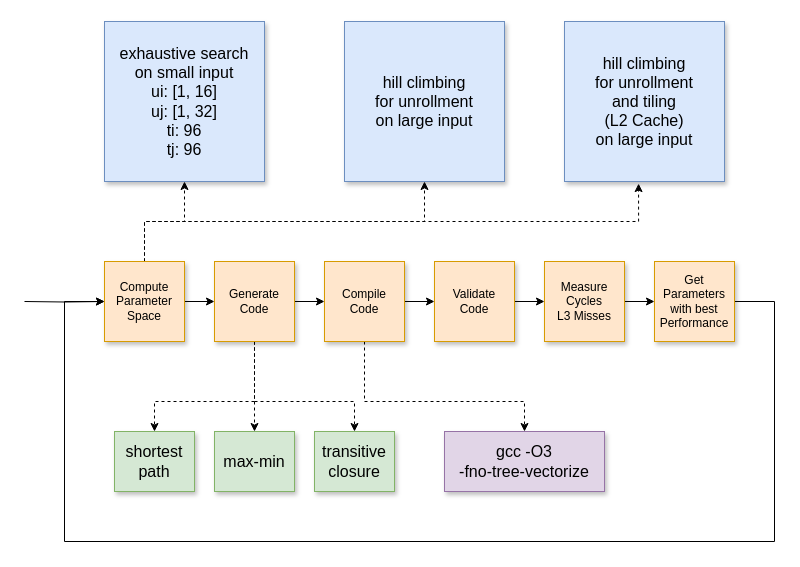
Earlier version of the draw.io diagram assets/autotuning.drawio (fbuetler/optimizing-floyd-warshall). Source tidied: cells renumbered, new cells numbered last; positions are measured from the earlier drawing's top-left corner, leaving out a move shared by most shapes. Both pictures are drawn from the tidied source at 100%, with x=0, y=0 at pixel (24, 21).
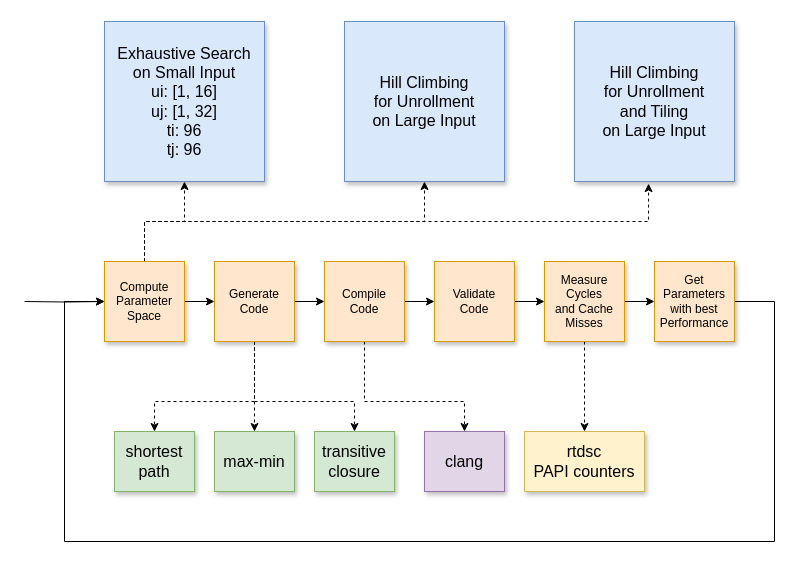
After the change.

The change refers to these unchanged cells:
```xml
<mxCell id="15" value="&lt;div&gt;Compile&lt;/div&gt;&lt;div&gt;Code&lt;/div&gt;" style="whiteSpace=wrap;html=1;shadow=1;fillColor=#ffe6cc;strokeColor=#d79b00;" parent="1" vertex="1">
  <mxGeometry x="300" y="240" width="80" height="80" as="geometry" />
</mxCell>
```

The edit, as a diff of the source:
```diff
@@
     <mxCell id="14" style="edgeStyle=orthogonalEdgeStyle;rounded=0;jettySize=auto;html=1;exitX=0.5;exitY=1;exitDx=0;exitDy=0;entryX=0.5;entryY=0;entryDx=0;entryDy=0;dashed=1;fontSize=16;" parent="1" edge="1" source="15" target="29">
       <mxGeometry relative="1" as="geometry">
         <Array as="points">
           <mxPoint x="340" y="380" />
-          <mxPoint x="500" y="380" />
+          <mxPoint x="440" y="380" />
         </Array>
       </mxGeometry>
     </mxCell>
@@
+    <mxCell id="30" style="edgeStyle=orthogonalEdgeStyle;rounded=0;jettySize=auto;html=1;exitX=0.5;exitY=1;exitDx=0;exitDy=0;entryX=0.5;entryY=0;entryDx=0;entryDy=0;dashed=1;" parent="1" edge="1" source="19" target="31">
+      <mxGeometry relative="1" as="geometry" />
+    </mxCell>
-    <mxCell id="19" value="&lt;div&gt;Measure &lt;br&gt;&lt;/div&gt;&lt;div&gt;Cycles&lt;br&gt;&lt;/div&gt;&lt;div&gt;L3 Misses&lt;br&gt;&lt;/div&gt;" style="whiteSpace=wrap;html=1;shadow=1;fillColor=#ffe6cc;strokeColor=#d79b00;" parent="1" vertex="1">
+    <mxCell id="19" value="&lt;div&gt;Measure &lt;br&gt;&lt;/div&gt;&lt;div&gt;Cycles&lt;br&gt;&lt;/div&gt;&lt;div&gt;and Cache Misses&lt;br&gt;&lt;/div&gt;" style="whiteSpace=wrap;html=1;shadow=1;fillColor=#ffe6cc;strokeColor=#d79b00;" parent="1" vertex="1">
       <mxGeometry x="520" y="240" width="80" height="80" as="geometry" />
     </mxCell>
@@
-    <mxCell id="22" value="&lt;div style=&quot;font-size: 16px;&quot;&gt;&lt;font style=&quot;font-size: 16px;&quot;&gt;exhaustive search&lt;/font&gt;&lt;/div&gt;&lt;div style=&quot;font-size: 16px;&quot;&gt;&lt;font style=&quot;font-size: 16px;&quot;&gt;on small input&lt;br&gt;&lt;/font&gt;&lt;/div&gt;&lt;div style=&quot;font-size: 16px;&quot;&gt;&lt;font style=&quot;font-size: 16px;&quot;&gt;ui: [1, 16]&lt;/font&gt;&lt;/div&gt;&lt;div style=&quot;font-size: 16px;&quot;&gt;&lt;font style=&quot;font-size: 16px;&quot;&gt;uj: [1, 32]&lt;/font&gt;&lt;/div&gt;&lt;div style=&quot;font-size: 16px;&quot;&gt;&lt;font style=&quot;font-size: 16px;&quot;&gt;ti: 96&lt;br&gt;&lt;/font&gt;&lt;/div&gt;&lt;div style=&quot;font-size: 16px;&quot;&gt;&lt;font style=&quot;font-size: 16px;&quot;&gt;tj: 96&lt;br&gt;&lt;/font&gt;&lt;/div&gt;" style="rounded=0;whiteSpace=wrap;html=1;shadow=1;fillColor=#dae8fc;strokeColor=#6c8ebf;" parent="1" vertex="1">
+    <mxCell id="22" value="&lt;div style=&quot;font-size: 16px;&quot;&gt;&lt;font style=&quot;font-size: 16px;&quot;&gt;Exhaustive Search&lt;/font&gt;&lt;/div&gt;&lt;div style=&quot;font-size: 16px;&quot;&gt;&lt;font style=&quot;font-size: 16px;&quot;&gt;on Small Input&lt;br&gt;&lt;/font&gt;&lt;/div&gt;&lt;div style=&quot;font-size: 16px;&quot;&gt;&lt;font style=&quot;font-size: 16px;&quot;&gt;ui: [1, 16]&lt;/font&gt;&lt;/div&gt;&lt;div style=&quot;font-size: 16px;&quot;&gt;&lt;font style=&quot;font-size: 16px;&quot;&gt;uj: [1, 32]&lt;/font&gt;&lt;/div&gt;&lt;div style=&quot;font-size: 16px;&quot;&gt;&lt;font style=&quot;font-size: 16px;&quot;&gt;ti: 96&lt;br&gt;&lt;/font&gt;&lt;/div&gt;&lt;div style=&quot;font-size: 16px;&quot;&gt;&lt;font style=&quot;font-size: 16px;&quot;&gt;tj: 96&lt;br&gt;&lt;/font&gt;&lt;/div&gt;" style="rounded=0;whiteSpace=wrap;html=1;shadow=1;fillColor=#dae8fc;strokeColor=#6c8ebf;" parent="1" vertex="1">
       <mxGeometry x="80" width="160" height="160" as="geometry" />
     </mxCell>
-    <mxCell id="23" value="&lt;div style=&quot;font-size: 16px;&quot;&gt;&lt;font style=&quot;font-size: 16px;&quot;&gt;hill climbing&lt;/font&gt;&lt;/div&gt;&lt;div style=&quot;font-size: 16px;&quot;&gt;&lt;font style=&quot;font-size: 16px;&quot;&gt;for unrollment&lt;br&gt;&lt;/font&gt;&lt;/div&gt;&lt;div style=&quot;font-size: 16px;&quot;&gt;&lt;font style=&quot;font-size: 16px;&quot;&gt;on large input&lt;/font&gt;&lt;/div&gt;" style="rounded=0;whiteSpace=wrap;html=1;shadow=1;fillColor=#dae8fc;strokeColor=#6c8ebf;" parent="1" vertex="1">
+    <mxCell id="23" value="&lt;div style=&quot;font-size: 16px;&quot;&gt;&lt;font style=&quot;font-size: 16px;&quot;&gt;Hill Climbing&lt;/font&gt;&lt;/div&gt;&lt;div style=&quot;font-size: 16px;&quot;&gt;&lt;font style=&quot;font-size: 16px;&quot;&gt;for Unrollment&lt;br&gt;&lt;/font&gt;&lt;/div&gt;&lt;div style=&quot;font-size: 16px;&quot;&gt;&lt;font style=&quot;font-size: 16px;&quot;&gt;on Large Input&lt;/font&gt;&lt;/div&gt;" style="rounded=0;whiteSpace=wrap;html=1;shadow=1;fillColor=#dae8fc;strokeColor=#6c8ebf;" parent="1" vertex="1">
       <mxGeometry x="320" width="160" height="160" as="geometry" />
     </mxCell>
-    <mxCell id="24" value="&lt;div style=&quot;font-size: 16px;&quot;&gt;&lt;font style=&quot;font-size: 16px;&quot;&gt;hill climbing&lt;/font&gt;&lt;/div&gt;&lt;div style=&quot;font-size: 16px;&quot;&gt;&lt;font style=&quot;font-size: 16px;&quot;&gt;for unrollment&lt;/font&gt;&lt;/div&gt;&lt;div style=&quot;font-size: 16px;&quot;&gt;&lt;font style=&quot;font-size: 16px;&quot;&gt;and tiling &lt;br&gt;&lt;/font&gt;&lt;/div&gt;&lt;div style=&quot;font-size: 16px;&quot;&gt;&lt;font style=&quot;font-size: 16px;&quot;&gt;(L2 Cache)&lt;br&gt;&lt;/font&gt;&lt;/div&gt;&lt;div style=&quot;font-size: 16px;&quot;&gt;&lt;font style=&quot;font-size: 16px;&quot;&gt;on large input&lt;/font&gt;&lt;/div&gt;" style="rounded=0;whiteSpace=wrap;html=1;shadow=1;fillColor=#dae8fc;strokeColor=#6c8ebf;" parent="1" vertex="1">
-      <mxGeometry x="540" width="160" height="160" as="geometry" />
+    <mxCell id="24" value="&lt;div style=&quot;font-size: 16px;&quot;&gt;&lt;font style=&quot;font-size: 16px;&quot;&gt;Hill Climbing&lt;/font&gt;&lt;/div&gt;&lt;div style=&quot;font-size: 16px;&quot;&gt;&lt;font style=&quot;font-size: 16px;&quot;&gt;for Unrollment&lt;/font&gt;&lt;/div&gt;&lt;div style=&quot;font-size: 16px;&quot;&gt;&lt;font style=&quot;font-size: 16px;&quot;&gt;and Tiling &lt;br&gt;&lt;/font&gt;&lt;/div&gt;&lt;div style=&quot;font-size: 16px;&quot;&gt;&lt;font style=&quot;font-size: 16px;&quot;&gt;on Large Input&lt;/font&gt;&lt;/div&gt;" style="rounded=0;whiteSpace=wrap;html=1;shadow=1;fillColor=#dae8fc;strokeColor=#6c8ebf;" parent="1" vertex="1">
+      <mxGeometry x="550" width="160" height="160" as="geometry" />
     </mxCell>
@@
-    <mxCell id="29" value="&lt;div&gt;gcc -O3&lt;/div&gt;&lt;div&gt;-fno-tree-vectorize&lt;br&gt;&lt;/div&gt;" style="rounded=0;whiteSpace=wrap;html=1;shadow=1;fontSize=16;fillColor=#e1d5e7;strokeColor=#9673a6;" parent="1" vertex="1">
-      <mxGeometry x="420" y="410" width="160" height="60" as="geometry" />
+    <mxCell id="29" value="&lt;div&gt;clang&lt;/div&gt;" style="rounded=0;whiteSpace=wrap;html=1;shadow=1;fontSize=16;fillColor=#e1d5e7;strokeColor=#9673a6;" parent="1" vertex="1">
+      <mxGeometry x="400" y="410" width="80" height="60" as="geometry" />
     </mxCell>
+    <mxCell id="31" value="&lt;div&gt;rtdsc&lt;/div&gt;&lt;div&gt;PAPI counters&lt;br&gt;&lt;/div&gt;" style="rounded=0;whiteSpace=wrap;html=1;shadow=1;fontSize=16;fillColor=#fff2cc;strokeColor=#d6b656;" parent="1" vertex="1">
+      <mxGeometry x="500" y="410" width="120" height="60" as="geometry" />
+    </mxCell>
```
